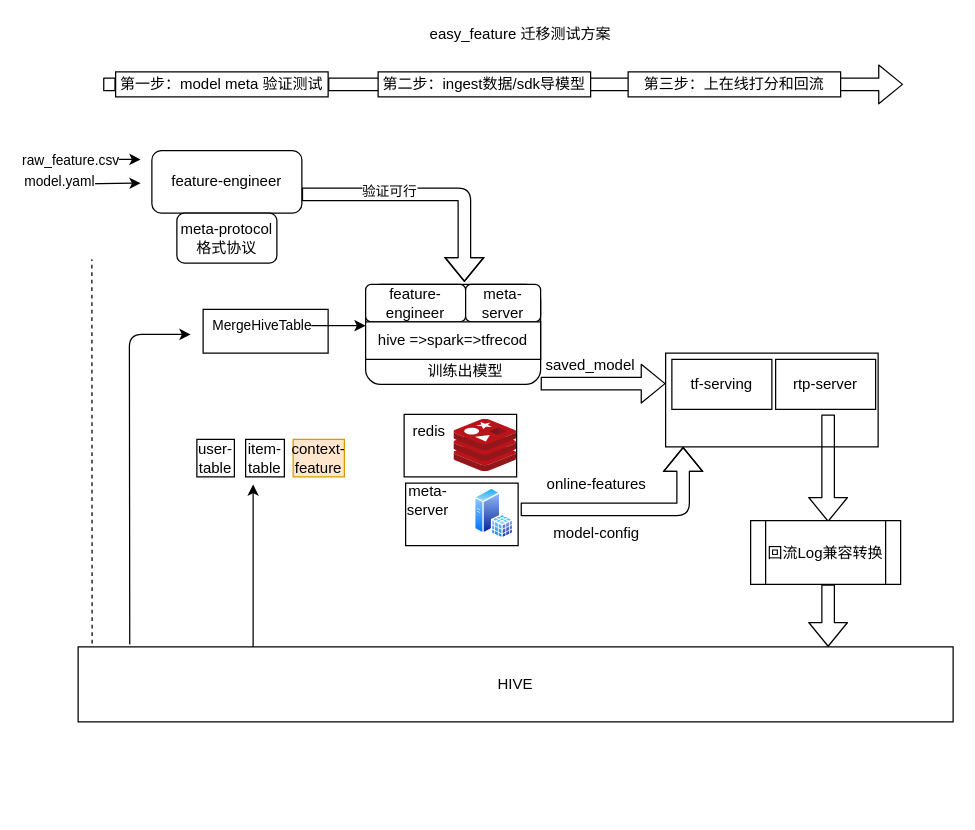
Above: easy_feature_online.drawio in hudengjunai/Colab_notebooks (draw.io), before the change. Source tidied: cells renumbered, new cells numbered last; positions are measured from the earlier drawing's top-left corner, leaving out a move shared by most shapes. Both pictures are drawn from the tidied source at 125%, with x=0, y=0 at pixel (52, 21).
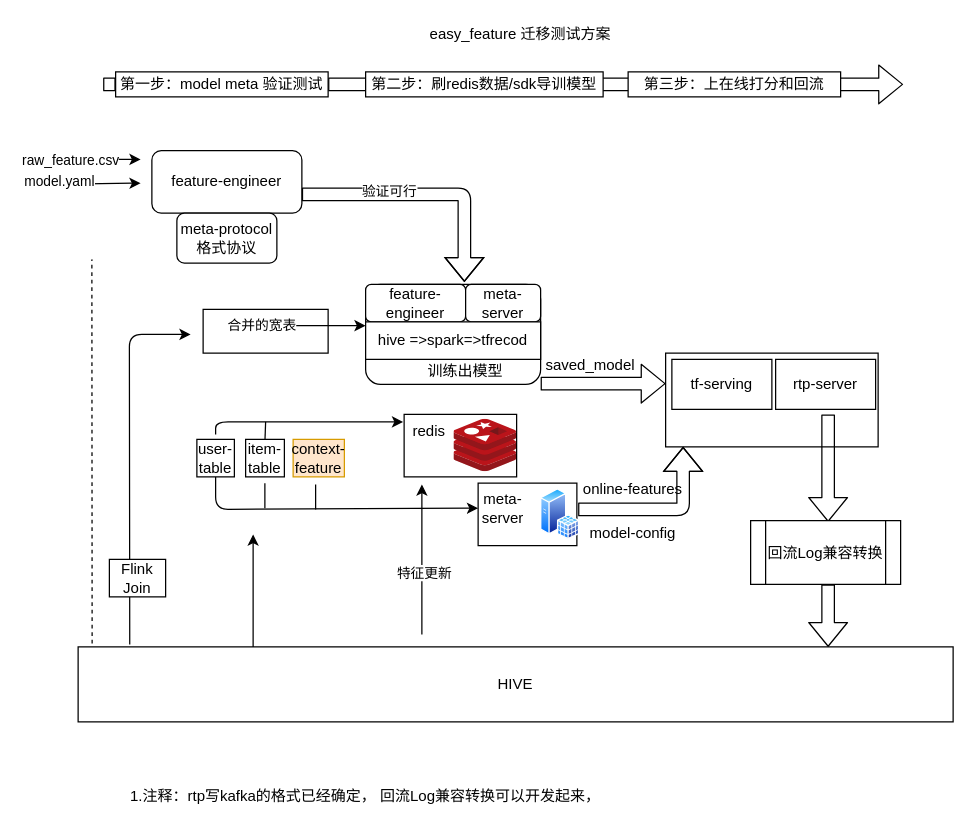
After the change.

The change refers to these unchanged cells:
```xml
<mxCell id="15" style="endArrow=classic;html=1;" parent="1" edge="1">
  <mxGeometry relative="1" as="geometry">
    <mxPoint x="160" y="243" as="sourcePoint" />
    <mxPoint x="250" y="243" as="targetPoint" />
  </mxGeometry>
</mxCell>
<mxCell id="22" value="user-table" style="rounded=0;whiteSpace=wrap;html=1;" parent="1" vertex="1">
  <mxGeometry x="115" y="334" width="30" height="30" as="geometry" />
</mxCell>
<mxCell id="23" value="item-table" style="rounded=0;whiteSpace=wrap;html=1;" parent="1" vertex="1">
  <mxGeometry x="154" y="334" width="31" height="30" as="geometry" />
</mxCell>
```

Change to the diagram source:
```diff
@@
-    <mxCell id="13" value="第二步：ingest数据/sdk导模型" style="rounded=0;whiteSpace=wrap;html=1;" parent="1" vertex="1">
-      <mxGeometry x="260" y="40" width="170" height="20" as="geometry" />
+    <mxCell id="13" value="第二步：刷redis数据/sdk导训模型" style="rounded=0;whiteSpace=wrap;html=1;" parent="1" vertex="1">
+      <mxGeometry x="250" y="40" width="190" height="20" as="geometry" />
     </mxCell>
@@
-    <mxCell id="16" value="MergeHiveTable" style="edgeLabel;html=1;align=center;verticalAlign=middle;" parent="15" vertex="1">
+    <mxCell id="16" value="合并的宽表" style="edgeLabel;html=1;align=center;verticalAlign=middle;" parent="15" vertex="1">
       <mxGeometry x="-0.86" y="1" relative="1" as="geometry" />
     </mxCell>
@@
     <mxCell id="28" style="rounded=0;whiteSpace=wrap;html=1;" parent="1" vertex="1">
-      <mxGeometry x="282" y="369" width="90" height="50" as="geometry" />
+      <mxGeometry x="340" y="369" width="79" height="50" as="geometry" />
     </mxCell>
     <mxCell id="29" style="perimeter=ellipsePerimeter;html=1;align=center;shadow=0;dashed=0;spacingTop=3;image;image=img/lib/active_directory/sql_server.svg;" parent="1" vertex="1">
-      <mxGeometry x="337.2" y="373" width="31.5" height="40.9" as="geometry" />
+      <mxGeometry x="390" y="373.5" width="31.5" height="40.9" as="geometry" />
     </mxCell>
@@
     <mxCell id="31" value="meta-server" style="text;html=1;strokeColor=none;fillColor=none;align=center;verticalAlign=middle;whiteSpace=wrap;rounded=0;" parent="1" vertex="1">
-      <mxGeometry x="280" y="373" width="40" height="20" as="geometry" />
+      <mxGeometry x="340" y="379" width="40" height="20" as="geometry" />
     </mxCell>
@@
     <mxCell id="34" style="shape=flexArrow;endArrow=classic;html=1;" parent="1" edge="1">
       <mxGeometry relative="1" as="geometry">
-        <mxPoint x="374" y="390" as="sourcePoint" />
+        <mxPoint x="420" y="390" as="sourcePoint" />
         <mxPoint x="504" y="340" as="targetPoint" />
         <Array as="points">
           <mxPoint x="504" y="390" />
         </Array>
       </mxGeometry>
     </mxCell>
     <mxCell id="35" value="online-features" style="text;html=1;strokeColor=none;fillColor=none;align=center;verticalAlign=middle;whiteSpace=wrap;rounded=0;" parent="1" vertex="1">
-      <mxGeometry x="390" y="360" width="90" height="20" as="geometry" />
+      <mxGeometry x="419" y="364" width="90" height="20" as="geometry" />
     </mxCell>
     <mxCell id="36" value="model-config" style="text;html=1;strokeColor=none;fillColor=none;align=center;verticalAlign=middle;whiteSpace=wrap;rounded=0;" parent="1" vertex="1">
-      <mxGeometry x="390" y="399" width="90" height="20" as="geometry" />
+      <mxGeometry x="419" y="399" width="90" height="20" as="geometry" />
     </mxCell>
@@
     <mxCell id="45" style="endArrow=classic;html=1;" parent="1" edge="1">
       <mxGeometry relative="1" as="geometry">
         <mxPoint x="160" y="500" as="sourcePoint" />
-        <mxPoint x="160" y="370" as="targetPoint" />
+        <mxPoint x="160" y="410" as="targetPoint" />
       </mxGeometry>
     </mxCell>
@@
+    <mxCell id="48" style="endArrow=classic;html=1;" parent="1" edge="1">
+      <mxGeometry relative="1" as="geometry">
+        <mxPoint x="130" y="330" as="sourcePoint" />
+        <mxPoint x="280" y="320" as="targetPoint" />
+        <Array as="points">
+          <mxPoint x="130" y="320" />
+        </Array>
+      </mxGeometry>
+    </mxCell>
+    <mxCell id="49" style="endArrow=none;html=1;exitX=0.5;exitY=0;exitDx=0;exitDy=0;" parent="1" edge="1" source="23">
+      <mxGeometry relative="1" as="geometry">
+        <mxPoint x="170" y="320" as="targetPoint" />
+      </mxGeometry>
+    </mxCell>
+    <mxCell id="50" style="endArrow=classic;html=1;exitX=0.5;exitY=1;exitDx=0;exitDy=0;entryX=0;entryY=0.5;entryDx=0;entryDy=0;" parent="1" edge="1" source="22" target="31">
+      <mxGeometry relative="1" as="geometry">
+        <Array as="points">
+          <mxPoint x="130" y="390" />
+        </Array>
+      </mxGeometry>
+    </mxCell>
+    <mxCell id="51" style="endArrow=none;html=1;" parent="1" edge="1">
+      <mxGeometry relative="1" as="geometry">
+        <mxPoint x="210" y="390" as="sourcePoint" />
+        <mxPoint x="210" y="370" as="targetPoint" />
+      </mxGeometry>
+    </mxCell>
+    <mxCell id="52" style="endArrow=none;html=1;" parent="1" edge="1">
+      <mxGeometry relative="1" as="geometry">
+        <mxPoint x="169.4" y="389" as="sourcePoint" />
+        <mxPoint x="169.4" y="369" as="targetPoint" />
+      </mxGeometry>
+    </mxCell>
+    <mxCell id="53" value="Flink Join" style="rounded=0;whiteSpace=wrap;html=1;" parent="1" vertex="1">
+      <mxGeometry x="45" y="430" width="45" height="30" as="geometry" />
+    </mxCell>
+    <mxCell id="54" style="endArrow=classic;html=1;" parent="1" edge="1">
+      <mxGeometry relative="1" as="geometry">
+        <mxPoint x="295" y="490" as="sourcePoint" />
+        <mxPoint x="295" y="370" as="targetPoint" />
+      </mxGeometry>
+    </mxCell>
+    <mxCell id="55" value="特征更新" style="edgeLabel;html=1;align=center;verticalAlign=middle;" parent="54" vertex="1">
+      <mxGeometry x="-0.16" y="-1" relative="1" as="geometry" />
+    </mxCell>
+    <mxCell id="56" value="1.注释：rtp写kafka的格式已经确定， 回流Log兼容转换可以开发起来，" style="text;html=1;strokeColor=none;fillColor=none;align=center;verticalAlign=middle;whiteSpace=wrap;rounded=0;" parent="1" vertex="1">
+      <mxGeometry x="50" y="610" width="400" height="20" as="geometry" />
+    </mxCell>
```
